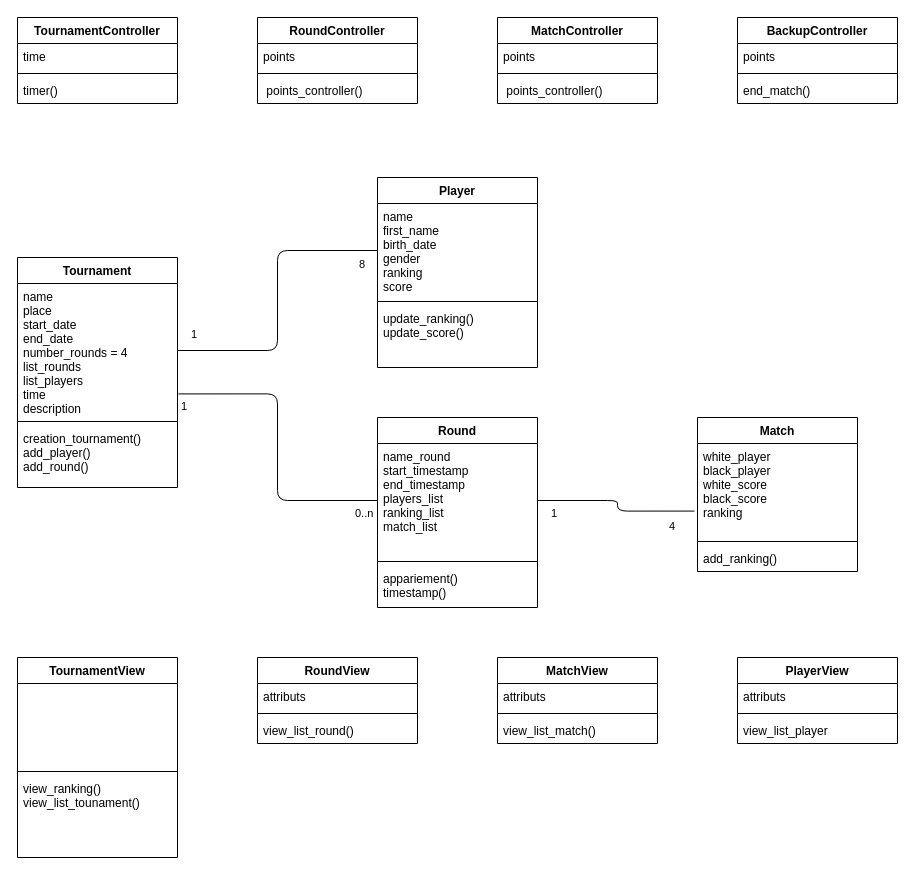
Earlier version of the draw.io diagram diag_class.drawio (seah78/P4). Source tidied: cells renumbered, new cells numbered last; positions are measured from the earlier drawing's top-left corner, leaving out a move shared by most shapes. Both pictures are drawn from the tidied source at 100%, with x=0, y=0 at pixel (17, 17).
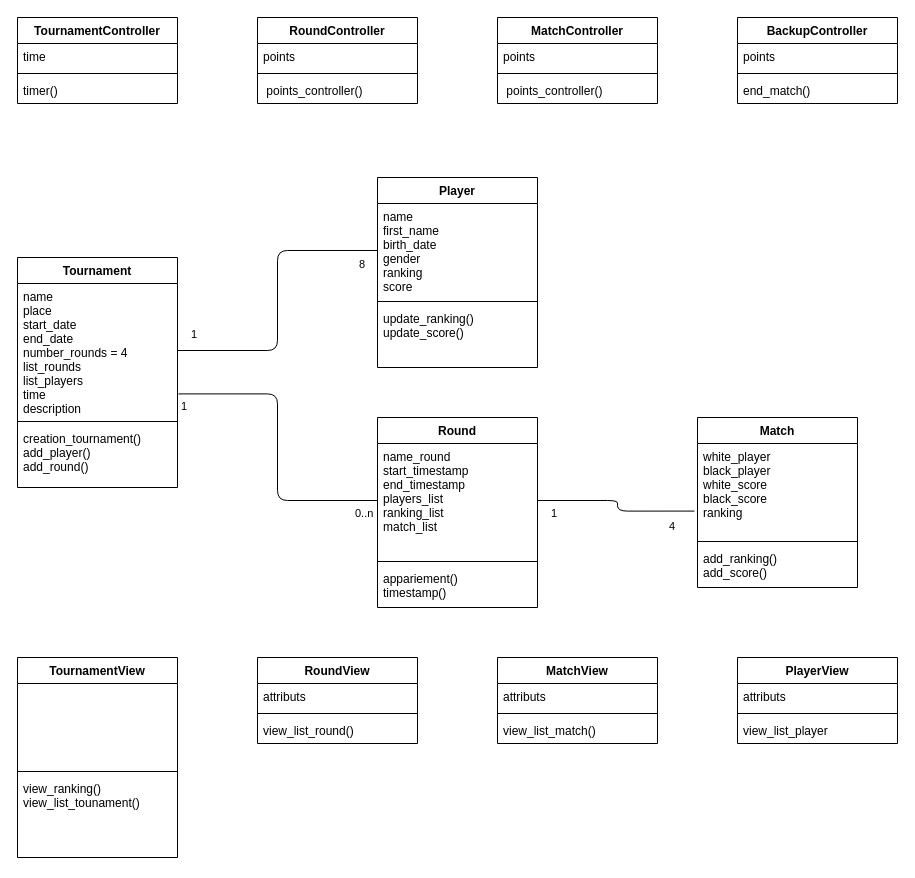
Above is the later version.

Change to the diagram source:
```diff
@@
     <mxCell id="14" value="Match" style="swimlane;fontStyle=1;align=center;verticalAlign=top;horizontal=1;startSize=26;" parent="1" vertex="1">
-      <mxGeometry x="680" y="400" width="160" height="154" as="geometry" />
+      <mxGeometry x="680" y="400" width="160" height="170" as="geometry" />
     </mxCell>
@@
-    <mxCell id="17" value="add_ranking()" style="text;strokeColor=none;fillColor=none;align=left;verticalAlign=top;spacingLeft=4;spacingRight=4;overflow=hidden;" parent="14" vertex="1">
-      <mxGeometry y="128" width="160" height="26" as="geometry" />
+    <mxCell id="17" value="add_ranking()&#10;add_score()" style="text;strokeColor=none;fillColor=none;align=left;verticalAlign=top;spacingLeft=4;spacingRight=4;overflow=hidden;" parent="14" vertex="1">
+      <mxGeometry y="128" width="160" height="42" as="geometry" />
     </mxCell>
```
